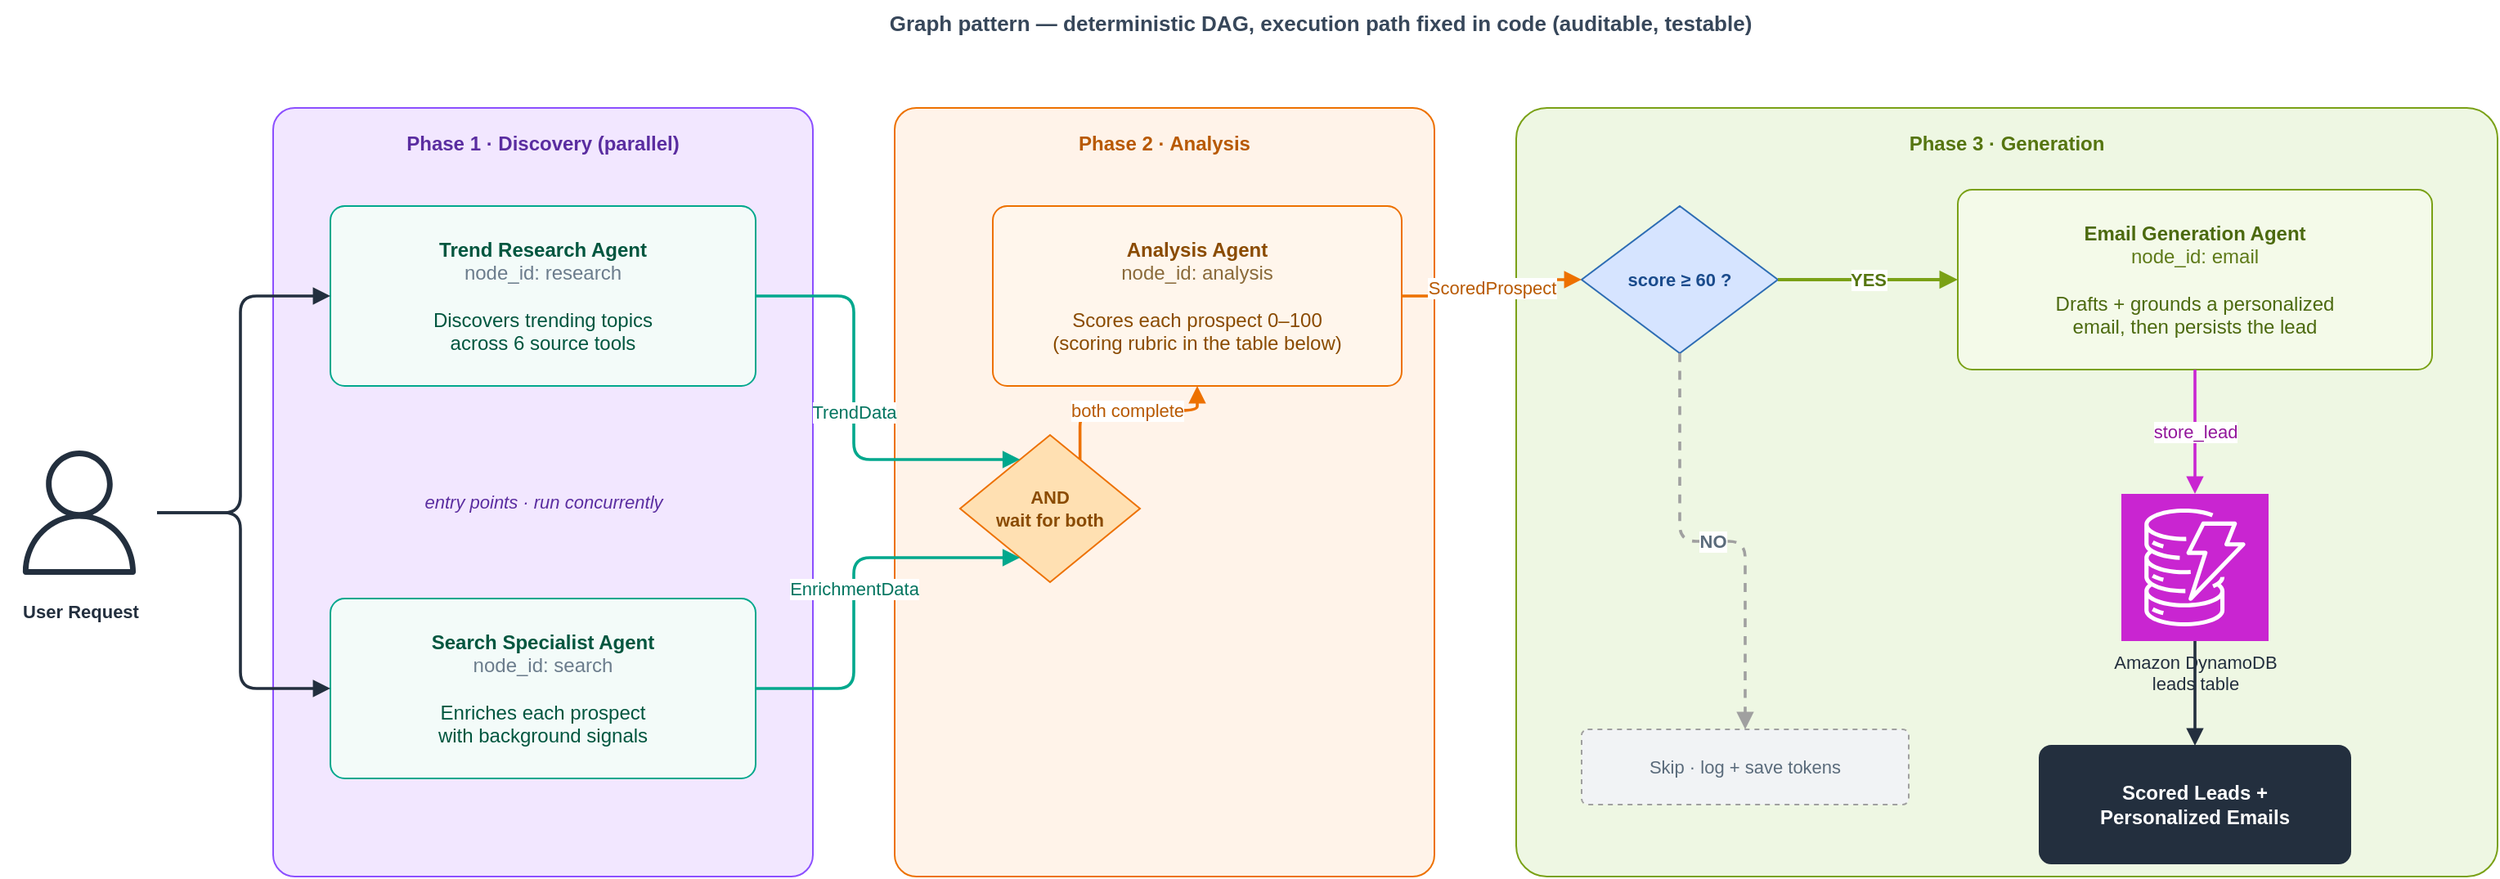
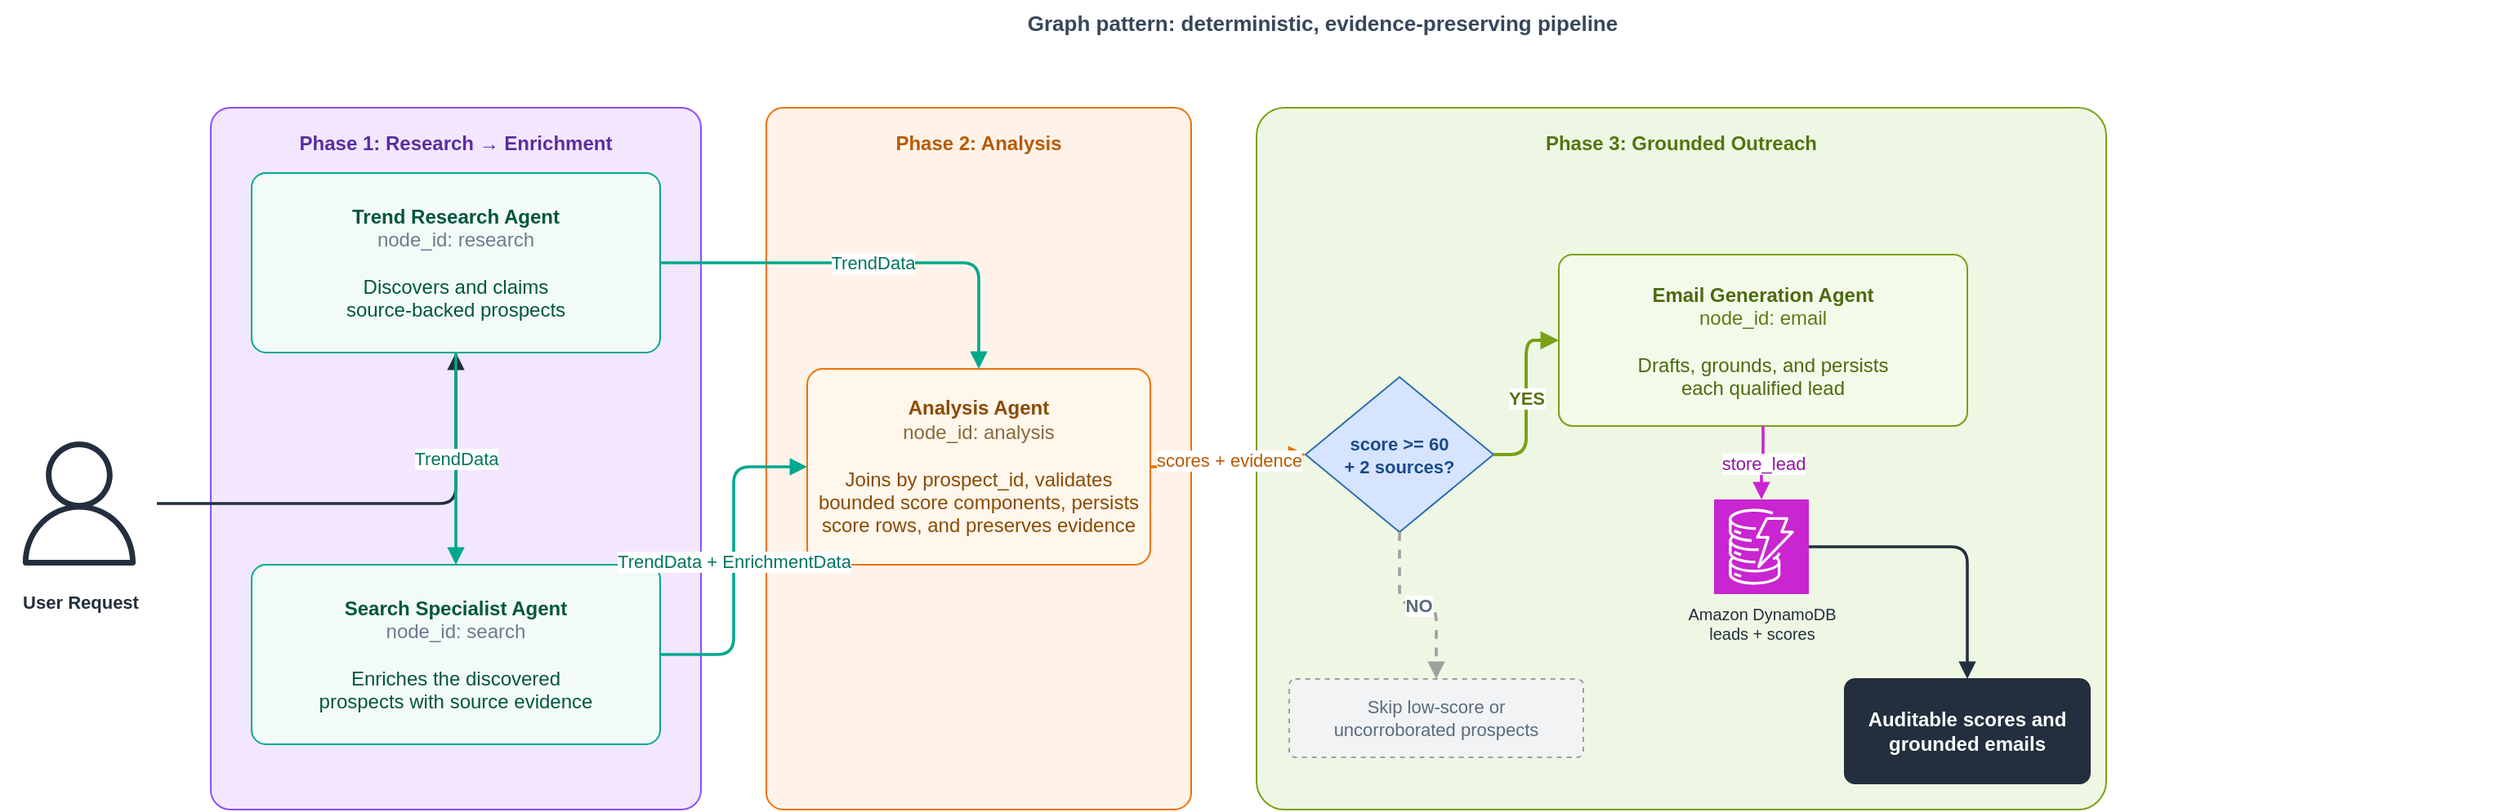
- <mxfile host="app.diagrams.net" agent="Claude Code" version="24.0.0">
+ <mxfile host="app.diagrams.net" version="24.0.0">
<diagram id="p-graph" name="Graph Pattern">
<mxGraphModel dx="1600" dy="900" grid="1" gridSize="10" guides="1" tooltips="1" connect="1" arrows="1" fold="1" page="1" pageScale="1" pageWidth="1680" pageHeight="620" math="0" shadow="0">
<root>
<mxCell id="0"/>
<mxCell id="1" parent="0"/>
- 
- <mxCell id="caption" value="Graph pattern &#8212; deterministic DAG, execution path fixed in code (auditable, testable)" style="text;html=1;fontColor=#37475A;fontSize=13;fontStyle=1;align=center;" vertex="1" parent="1">
+ <mxCell id="caption" value="Graph pattern: deterministic, evidence-preserving pipeline" style="text;html=1;fontColor=#37475A;fontSize=13;fontStyle=1;align=center;" vertex="1" parent="1">
<mxGeometry x="120" y="24" width="1440" height="24" as="geometry"/>
</mxCell>

- <mxCell id="ph1" value="Phase 1 &#183; Discovery (parallel)" style="rounded=1;whiteSpace=wrap;html=1;fillColor=#F2E7FF;strokeColor=#8C4FFF;verticalAlign=top;align=center;spacingTop=8;fontColor=#5A2DA0;fontStyle=1;fontSize=12;arcSize=4;dashed=0;" vertex="1" parent="1">
- <mxGeometry x="200" y="90" width="330" height="470" as="geometry"/>
+ <mxCell id="phase_discovery" value="Phase 1: Research &#8594; Enrichment" style="rounded=1;whiteSpace=wrap;html=1;fillColor=#F2E7FF;strokeColor=#8C4FFF;verticalAlign=top;align=center;spacingTop=8;fontColor=#5A2DA0;fontStyle=1;fontSize=12;arcSize=4;" vertex="1" parent="1">
+ <mxGeometry x="160" y="90" width="300" height="430" as="geometry"/>
</mxCell>
- <mxCell id="ph2" value="Phase 2 &#183; Analysis" style="rounded=1;whiteSpace=wrap;html=1;fillColor=#FFF3E9;strokeColor=#ED7100;verticalAlign=top;align=center;spacingTop=8;fontColor=#B85900;fontStyle=1;fontSize=12;arcSize=4;dashed=0;" vertex="1" parent="1">
- <mxGeometry x="580" y="90" width="330" height="470" as="geometry"/>
+ <mxCell id="phase_analysis" value="Phase 2: Analysis" style="rounded=1;whiteSpace=wrap;html=1;fillColor=#FFF3E9;strokeColor=#ED7100;verticalAlign=top;align=center;spacingTop=8;fontColor=#B85900;fontStyle=1;fontSize=12;arcSize=4;" vertex="1" parent="1">
+ <mxGeometry x="500" y="90" width="260" height="430" as="geometry"/>
</mxCell>
- <mxCell id="ph3" value="Phase 3 &#183; Generation" style="rounded=1;whiteSpace=wrap;html=1;fillColor=#EEF7E3;strokeColor=#7AA116;verticalAlign=top;align=center;spacingTop=8;fontColor=#557510;fontStyle=1;fontSize=12;arcSize=4;dashed=0;" vertex="1" parent="1">
- <mxGeometry x="960" y="90" width="600" height="470" as="geometry"/>
+ <mxCell id="phase_email" value="Phase 3: Grounded Outreach" style="rounded=1;whiteSpace=wrap;html=1;fillColor=#EEF7E3;strokeColor=#7AA116;verticalAlign=top;align=center;spacingTop=8;fontColor=#557510;fontStyle=1;fontSize=12;arcSize=4;" vertex="1" parent="1">
+ <mxGeometry x="800" y="90" width="520" height="430" as="geometry"/>
</mxCell>

- <mxCell id="user" value="User Request" style="sketch=0;outlineConnect=0;fontColor=#232F3E;gradientColor=none;fillColor=none;strokeColor=#232F3E;dashed=0;verticalLabelPosition=bottom;verticalAlign=top;align=center;html=1;fontSize=11;fontStyle=1;aspect=fixed;shape=mxgraph.aws4.resourceIcon;resIcon=mxgraph.aws4.user;" vertex="1" parent="1">
- <mxGeometry x="34" y="290" width="95" height="95" as="geometry"/>
+ <mxCell id="user" value="User Request" style="sketch=0;outlineConnect=0;fontColor=#232F3E;fillColor=none;strokeColor=#232F3E;verticalLabelPosition=bottom;verticalAlign=top;align=center;html=1;fontSize=11;fontStyle=1;aspect=fixed;shape=mxgraph.aws4.resourceIcon;resIcon=mxgraph.aws4.user;" vertex="1" parent="1">
+ <mxGeometry x="32" y="285" width="95" height="95" as="geometry"/>
+ </mxCell>
+ <mxCell id="research" value="&lt;b&gt;Trend Research Agent&lt;/b&gt;&lt;br&gt;&lt;font color=&quot;#6B7C8C&quot;&gt;node_id: research&lt;/font&gt;&lt;br&gt;&lt;br&gt;Discovers and claims&lt;br&gt;source-backed prospects" style="rounded=1;whiteSpace=wrap;html=1;fillColor=#F3FBF9;strokeColor=#01A88D;fontColor=#00563F;fontSize=12;align=center;verticalAlign=middle;arcSize=8;" vertex="1" parent="1">
+ <mxGeometry x="185" y="130" width="250" height="110" as="geometry"/>
+ </mxCell>
+ <mxCell id="search" value="&lt;b&gt;Search Specialist Agent&lt;/b&gt;&lt;br&gt;&lt;font color=&quot;#6B7C8C&quot;&gt;node_id: search&lt;/font&gt;&lt;br&gt;&lt;br&gt;Enriches the discovered&lt;br&gt;prospects with source evidence" style="rounded=1;whiteSpace=wrap;html=1;fillColor=#F3FBF9;strokeColor=#01A88D;fontColor=#00563F;fontSize=12;align=center;verticalAlign=middle;arcSize=8;" vertex="1" parent="1">
+ <mxGeometry x="185" y="370" width="250" height="110" as="geometry"/>
+ </mxCell>
+ <mxCell id="analysis" value="&lt;b&gt;Analysis Agent&lt;/b&gt;&lt;br&gt;&lt;font color=&quot;#8A6A3A&quot;&gt;node_id: analysis&lt;/font&gt;&lt;br&gt;&lt;br&gt;Joins by prospect_id, validates&lt;br&gt;bounded score components, persists&lt;br&gt;score rows, and preserves evidence" style="rounded=1;whiteSpace=wrap;html=1;fillColor=#FFF6EC;strokeColor=#ED7100;fontColor=#8A4B00;fontSize=12;align=center;verticalAlign=middle;arcSize=8;" vertex="1" parent="1">
+ <mxGeometry x="525" y="250" width="210" height="120" as="geometry"/>
+ </mxCell>
+ <mxCell id="gate" value="score &gt;= 60&lt;br&gt;+ 2 sources?" style="rhombus;whiteSpace=wrap;html=1;fillColor=#D6E4FF;strokeColor=#2E6DB4;fontColor=#1A4B8C;fontSize=11;fontStyle=1;" vertex="1" parent="1">
+ <mxGeometry x="830" y="255" width="115" height="95" as="geometry"/>
+ </mxCell>
+ <mxCell id="email" value="&lt;b&gt;Email Generation Agent&lt;/b&gt;&lt;br&gt;&lt;font color=&quot;#5E7A18&quot;&gt;node_id: email&lt;/font&gt;&lt;br&gt;&lt;br&gt;Drafts, grounds, and persists&lt;br&gt;each qualified lead" style="rounded=1;whiteSpace=wrap;html=1;fillColor=#F4FAE9;strokeColor=#7AA116;fontColor=#4C6A0F;fontSize=12;align=center;verticalAlign=middle;arcSize=8;" vertex="1" parent="1">
+ <mxGeometry x="985" y="180" width="250" height="105" as="geometry"/>
+ </mxCell>
+ <mxCell id="skip" value="Skip low-score or&lt;br&gt;uncorroborated prospects" style="rounded=1;whiteSpace=wrap;html=1;fillColor=#F1F3F5;strokeColor=#A0A0A0;fontColor=#5A6B7B;fontSize=11;dashed=1;arcSize=8;" vertex="1" parent="1">
+ <mxGeometry x="820" y="440" width="180" height="48" as="geometry"/>
+ </mxCell>
+ <mxCell id="ddb" value="Amazon DynamoDB&lt;br&gt;leads + scores" style="sketch=0;outlineConnect=0;fontColor=#232F3E;fillColor=#C925D1;strokeColor=#ffffff;verticalLabelPosition=bottom;verticalAlign=top;align=center;html=1;fontSize=10;aspect=fixed;shape=mxgraph.aws4.resourceIcon;resIcon=mxgraph.aws4.dynamodb;" vertex="1" parent="1">
+ <mxGeometry x="1080" y="330" width="58" height="58" as="geometry"/>
+ </mxCell>
+ <mxCell id="out" value="Auditable scores and&lt;br&gt;grounded emails" style="rounded=1;whiteSpace=wrap;html=1;fillColor=#232F3E;strokeColor=#232F3E;fontColor=#FFFFFF;fontSize=12;fontStyle=1;arcSize=10;" vertex="1" parent="1">
+ <mxGeometry x="1160" y="440" width="150" height="64" as="geometry"/>
</mxCell>

- <mxCell id="n_research" value="&lt;b&gt;Trend Research Agent&lt;/b&gt;&lt;br&gt;&lt;font color=&quot;#6B7C8C&quot;&gt;node_id: research&lt;/font&gt;&lt;br&gt;&lt;br&gt;Discovers trending topics&lt;br&gt;across 6 source tools" style="rounded=1;whiteSpace=wrap;html=1;fillColor=#F3FBF9;strokeColor=#01A88D;fontColor=#00563F;fontSize=12;align=center;verticalAlign=middle;arcSize=8;dashed=0;" vertex="1" parent="1">
- <mxGeometry x="235" y="150" width="260" height="110" as="geometry"/>
- </mxCell>
- <mxCell id="n_search" value="&lt;b&gt;Search Specialist Agent&lt;/b&gt;&lt;br&gt;&lt;font color=&quot;#6B7C8C&quot;&gt;node_id: search&lt;/font&gt;&lt;br&gt;&lt;br&gt;Enriches each prospect&lt;br&gt;with background signals" style="rounded=1;whiteSpace=wrap;html=1;fillColor=#F3FBF9;strokeColor=#01A88D;fontColor=#00563F;fontSize=12;align=center;verticalAlign=middle;arcSize=8;dashed=0;" vertex="1" parent="1">
- <mxGeometry x="235" y="390" width="260" height="110" as="geometry"/>
- </mxCell>
- <mxCell id="n_parallel" value="entry points &#183; run concurrently" style="text;html=1;fontColor=#5A2DA0;fontSize=11;fontStyle=2;align=center;" vertex="1" parent="1">
- <mxGeometry x="255" y="318" width="220" height="20" as="geometry"/>
- </mxCell>
- 
- <mxCell id="gate1" value="AND&#10;wait for both" style="rhombus;whiteSpace=wrap;html=1;fillColor=#FFE0B2;strokeColor=#ED7100;fontColor=#8A4B00;fontSize=11;fontStyle=1;" vertex="1" parent="1">
- <mxGeometry x="620" y="290" width="110" height="90" as="geometry"/>
- </mxCell>
- 
- <mxCell id="n_analysis" value="&lt;b&gt;Analysis Agent&lt;/b&gt;&lt;br&gt;&lt;font color=&quot;#8A6A3A&quot;&gt;node_id: analysis&lt;/font&gt;&lt;br&gt;&lt;br&gt;Scores each prospect 0&#8211;100&lt;br&gt;(scoring rubric in the table below)" style="rounded=1;whiteSpace=wrap;html=1;fillColor=#FFF6EC;strokeColor=#ED7100;fontColor=#8A4B00;fontSize=12;align=center;verticalAlign=middle;arcSize=8;dashed=0;" vertex="1" parent="1">
- <mxGeometry x="640" y="150" width="250" height="110" as="geometry"/>
- </mxCell>
- 
- <mxCell id="gate2" value="score &#8805; 60 ?" style="rhombus;whiteSpace=wrap;html=1;fillColor=#D6E4FF;strokeColor=#2E6DB4;fontColor=#1A4B8C;fontSize=11;fontStyle=1;" vertex="1" parent="1">
- <mxGeometry x="1000" y="150" width="120" height="90" as="geometry"/>
- </mxCell>
- 
- <mxCell id="n_email" value="&lt;b&gt;Email Generation Agent&lt;/b&gt;&lt;br&gt;&lt;font color=&quot;#5E7A18&quot;&gt;node_id: email&lt;/font&gt;&lt;br&gt;&lt;br&gt;Drafts + grounds a personalized&lt;br&gt;email, then persists the lead" style="rounded=1;whiteSpace=wrap;html=1;fillColor=#F4FAE9;strokeColor=#7AA116;fontColor=#4C6A0F;fontSize=12;align=center;verticalAlign=middle;arcSize=8;dashed=0;" vertex="1" parent="1">
- <mxGeometry x="1230" y="140" width="290" height="110" as="geometry"/>
- </mxCell>
- 
- <mxCell id="skip" value="Skip &#183; log + save tokens" style="rounded=1;whiteSpace=wrap;html=1;fillColor=#F1F3F5;strokeColor=#A0A0A0;fontColor=#5A6B7B;fontSize=11;dashed=1;arcSize=8;" vertex="1" parent="1">
- <mxGeometry x="1000" y="470" width="200" height="46" as="geometry"/>
- </mxCell>
- 
- <mxCell id="ddb" value="Amazon DynamoDB&lt;br&gt;leads table" style="sketch=0;outlineConnect=0;fontColor=#232F3E;gradientColor=none;fillColor=#C925D1;strokeColor=#ffffff;dashed=0;verticalLabelPosition=bottom;verticalAlign=top;align=center;html=1;fontSize=11;fontStyle=0;aspect=fixed;shape=mxgraph.aws4.resourceIcon;resIcon=mxgraph.aws4.dynamodb;" vertex="1" parent="1">
- <mxGeometry x="1330" y="326" width="90" height="90" as="geometry"/>
- </mxCell>
- 
- <mxCell id="out" value="Scored Leads +&#10;Personalized Emails" style="rounded=1;whiteSpace=wrap;html=1;fillColor=#232F3E;strokeColor=#232F3E;fontColor=#FFFFFF;fontSize=12;fontStyle=1;arcSize=10;" vertex="1" parent="1">
- <mxGeometry x="1280" y="480" width="190" height="72" as="geometry"/>
- </mxCell>
- 
- <mxCell id="c1" value="" style="edgeStyle=orthogonalEdgeStyle;rounded=1;html=1;dashed=0;strokeColor=#232F3E;strokeWidth=1.8;endArrow=block;endFill=1;exitX=1;exitY=0.5;exitDx=0;exitDy=0;entryX=0;entryY=0.5;entryDx=0;entryDy=0;" edge="1" parent="1" source="user" target="n_research">
- <mxGeometry relative="1" as="geometry"><Array as="points"><mxPoint x="180" y="205"/></Array></mxGeometry>
- </mxCell>
- <mxCell id="c2" value="" style="edgeStyle=orthogonalEdgeStyle;rounded=1;html=1;dashed=0;strokeColor=#232F3E;strokeWidth=1.8;endArrow=block;endFill=1;exitX=1;exitY=0.5;exitDx=0;exitDy=0;entryX=0;entryY=0.5;entryDx=0;entryDy=0;" edge="1" parent="1" source="user" target="n_search">
- <mxGeometry relative="1" as="geometry"><Array as="points"><mxPoint x="180" y="445"/></Array></mxGeometry>
- </mxCell>
- 
- <mxCell id="c3" value="TrendData" style="edgeStyle=orthogonalEdgeStyle;rounded=1;html=1;dashed=0;strokeColor=#01A88D;strokeWidth=1.8;fontColor=#00745F;fontSize=11;endArrow=block;endFill=1;labelBackgroundColor=#FFFFFF;exitX=1;exitY=0.5;exitDx=0;exitDy=0;entryX=0.25;entryY=0;entryDx=0;entryDy=0;" edge="1" parent="1" source="n_research" target="gate1">
- <mxGeometry relative="1" as="geometry"><Array as="points"><mxPoint x="555" y="205"/></Array></mxGeometry>
- </mxCell>
- <mxCell id="c4" value="EnrichmentData" style="edgeStyle=orthogonalEdgeStyle;rounded=1;html=1;dashed=0;strokeColor=#01A88D;strokeWidth=1.8;fontColor=#00745F;fontSize=11;endArrow=block;endFill=1;labelBackgroundColor=#FFFFFF;exitX=1;exitY=0.5;exitDx=0;exitDy=0;entryX=0.25;entryY=1;entryDx=0;entryDy=0;" edge="1" parent="1" source="n_search" target="gate1">
- <mxGeometry relative="1" as="geometry"><Array as="points"><mxPoint x="555" y="445"/></Array></mxGeometry>
- </mxCell>
- 
- <mxCell id="c5" value="both complete" style="edgeStyle=orthogonalEdgeStyle;rounded=1;html=1;dashed=0;strokeColor=#ED7100;strokeWidth=1.8;fontColor=#B85900;fontSize=11;endArrow=block;endFill=1;labelBackgroundColor=#FFFFFF;exitX=0.75;exitY=0;exitDx=0;exitDy=0;entryX=0.5;entryY=1;entryDx=0;entryDy=0;" edge="1" parent="1" source="gate1" target="n_analysis">
- <mxGeometry relative="1" as="geometry"/>
- </mxCell>
- 
- <mxCell id="c6" value="ScoredProspect" style="edgeStyle=orthogonalEdgeStyle;rounded=1;html=1;dashed=0;strokeColor=#ED7100;strokeWidth=1.8;fontColor=#B85900;fontSize=11;endArrow=block;endFill=1;labelBackgroundColor=#FFFFFF;exitX=1;exitY=0.5;exitDx=0;exitDy=0;entryX=0;entryY=0.5;entryDx=0;entryDy=0;" edge="1" parent="1" source="n_analysis" target="gate2">
- <mxGeometry relative="1" as="geometry"/>
- </mxCell>
- 
- <mxCell id="c7" value="YES" style="edgeStyle=orthogonalEdgeStyle;rounded=1;html=1;dashed=0;strokeColor=#7AA116;strokeWidth=2;fontColor=#557510;fontSize=11;fontStyle=1;endArrow=block;endFill=1;labelBackgroundColor=#FFFFFF;exitX=1;exitY=0.5;exitDx=0;exitDy=0;entryX=0;entryY=0.5;entryDx=0;entryDy=0;" edge="1" parent="1" source="gate2" target="n_email">
- <mxGeometry relative="1" as="geometry"/>
- </mxCell>
- <mxCell id="c8" value="NO" style="edgeStyle=orthogonalEdgeStyle;rounded=1;html=1;dashed=1;strokeColor=#A0A0A0;strokeWidth=1.8;fontColor=#5A6B7B;fontSize=11;fontStyle=1;endArrow=block;endFill=1;labelBackgroundColor=#FFFFFF;exitX=0.5;exitY=1;exitDx=0;exitDy=0;entryX=0.5;entryY=0;entryDx=0;entryDy=0;" edge="1" parent="1" source="gate2" target="skip">
- <mxGeometry relative="1" as="geometry"/>
- </mxCell>
- 
- <mxCell id="c9" value="store_lead" style="edgeStyle=orthogonalEdgeStyle;rounded=1;html=1;dashed=0;strokeColor=#C925D1;strokeWidth=1.8;fontColor=#93169B;fontSize=11;endArrow=block;endFill=1;labelBackgroundColor=#FFFFFF;exitX=0.5;exitY=1;exitDx=0;exitDy=0;entryX=0.5;entryY=0;entryDx=0;entryDy=0;" edge="1" parent="1" source="n_email" target="ddb">
- <mxGeometry relative="1" as="geometry"/>
- </mxCell>
- <mxCell id="c10" value="" style="edgeStyle=orthogonalEdgeStyle;rounded=1;html=1;dashed=0;strokeColor=#232F3E;strokeWidth=1.8;fontColor=#37475A;fontSize=11;endArrow=block;endFill=1;labelBackgroundColor=#FFFFFF;exitX=0.5;exitY=1;exitDx=0;exitDy=0;entryX=0.5;entryY=0;entryDx=0;entryDy=0;" edge="1" parent="1" source="ddb" target="out">
- <mxGeometry relative="1" as="geometry"/>
- </mxCell>
- 
+ <mxCell id="c1" value="" style="edgeStyle=orthogonalEdgeStyle;rounded=1;html=1;strokeColor=#232F3E;strokeWidth=1.8;endArrow=block;endFill=1;" edge="1" parent="1" source="user" target="research"><mxGeometry relative="1" as="geometry"/></mxCell>
+ <mxCell id="c1b" value="TrendData" style="edgeStyle=orthogonalEdgeStyle;rounded=1;html=1;strokeColor=#01A88D;strokeWidth=1.8;fontColor=#00745F;fontSize=11;endArrow=block;endFill=1;labelBackgroundColor=#FFFFFF;" edge="1" parent="1" source="research" target="search"><mxGeometry relative="1" as="geometry"/></mxCell>
+ <mxCell id="c2" value="TrendData" style="edgeStyle=orthogonalEdgeStyle;rounded=1;html=1;strokeColor=#01A88D;strokeWidth=1.8;fontColor=#00745F;fontSize=11;endArrow=block;endFill=1;labelBackgroundColor=#FFFFFF;" edge="1" parent="1" source="research" target="analysis"><mxGeometry relative="1" as="geometry"/></mxCell>
+ <mxCell id="c3" value="TrendData + EnrichmentData" style="edgeStyle=orthogonalEdgeStyle;rounded=1;html=1;strokeColor=#01A88D;strokeWidth=1.8;fontColor=#00745F;fontSize=11;endArrow=block;endFill=1;labelBackgroundColor=#FFFFFF;" edge="1" parent="1" source="search" target="analysis"><mxGeometry relative="1" as="geometry"/></mxCell>
+ <mxCell id="c4" value="scores + evidence" style="edgeStyle=orthogonalEdgeStyle;rounded=1;html=1;strokeColor=#ED7100;strokeWidth=1.8;fontColor=#B85900;fontSize=11;endArrow=block;endFill=1;labelBackgroundColor=#FFFFFF;" edge="1" parent="1" source="analysis" target="gate"><mxGeometry relative="1" as="geometry"/></mxCell>
+ <mxCell id="c5" value="YES" style="edgeStyle=orthogonalEdgeStyle;rounded=1;html=1;strokeColor=#7AA116;strokeWidth=2;fontColor=#557510;fontSize=11;fontStyle=1;endArrow=block;endFill=1;labelBackgroundColor=#FFFFFF;" edge="1" parent="1" source="gate" target="email"><mxGeometry relative="1" as="geometry"/></mxCell>
+ <mxCell id="c6" value="NO" style="edgeStyle=orthogonalEdgeStyle;rounded=1;html=1;dashed=1;strokeColor=#A0A0A0;strokeWidth=1.8;fontColor=#5A6B7B;fontSize=11;fontStyle=1;endArrow=block;endFill=1;labelBackgroundColor=#FFFFFF;" edge="1" parent="1" source="gate" target="skip"><mxGeometry relative="1" as="geometry"/></mxCell>
+ <mxCell id="c7" value="store_lead" style="edgeStyle=orthogonalEdgeStyle;rounded=1;html=1;strokeColor=#C925D1;strokeWidth=1.8;fontColor=#93169B;fontSize=11;endArrow=block;endFill=1;labelBackgroundColor=#FFFFFF;" edge="1" parent="1" source="email" target="ddb"><mxGeometry relative="1" as="geometry"/></mxCell>
+ <mxCell id="c8" value="" style="edgeStyle=orthogonalEdgeStyle;rounded=1;html=1;strokeColor=#232F3E;strokeWidth=1.8;endArrow=block;endFill=1;" edge="1" parent="1" source="ddb" target="out"><mxGeometry relative="1" as="geometry"/></mxCell>
</root>
</mxGraphModel>
</diagram>
</mxfile>
